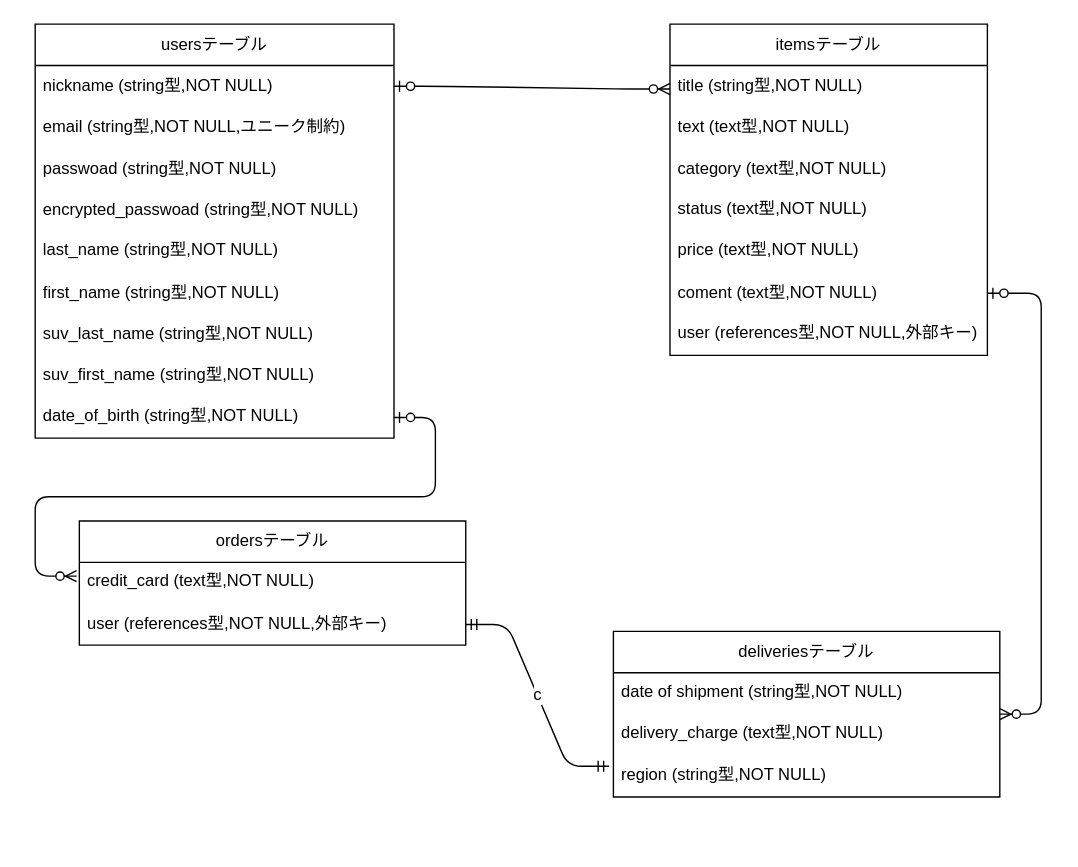
Above: furima.dio in koharayuki/furima-39296 (draw.io), before the change. Source tidied: cells renumbered, new cells numbered last; positions are measured from the earlier drawing's top-left corner, leaving out a move shared by most shapes. Both pictures are drawn from the tidied source at 138%, with x=0, y=0 at pixel (34, 23).
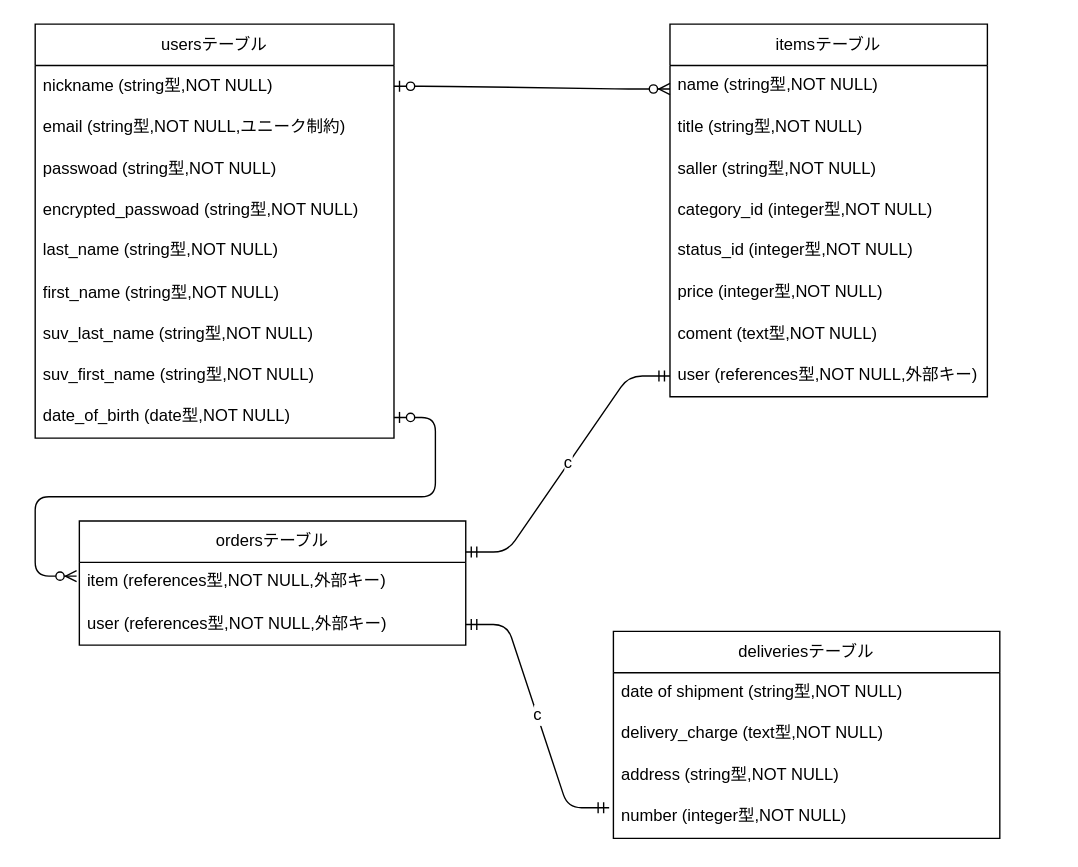
Above is the later version.

Commit message (it also covers changes not shown here):
コメントの修正

Unchanged cells that the change refers to:
```xml
<mxCell id="2" value="usersテーブル" style="swimlane;fontStyle=0;horizontal=1;startSize=30;whiteSpace=wrap;html=1;" parent="1" vertex="1">
  <mxGeometry width="260" height="300" as="geometry" />
</mxCell>
<mxCell id="20" value="ordersテーブル" style="swimlane;fontStyle=0;horizontal=1;startSize=30;whiteSpace=wrap;html=1;" parent="1" vertex="1">
  <mxGeometry x="32" y="360" width="280" height="90" as="geometry" />
</mxCell>
```

The edit, as a diff of the source:
```diff
@@
-    <mxCell id="11" value="date_of_birth (string型,NOT NULL)" style="text;strokeColor=none;fillColor=none;spacingLeft=4;spacingRight=4;overflow=hidden;points=[[0,0.5],[1,0.5]];portConstraint=eastwest;fontSize=12;" parent="2" vertex="1">
+    <mxCell id="11" value="date_of_birth (date型,NOT NULL)" style="text;strokeColor=none;fillColor=none;spacingLeft=4;spacingRight=4;overflow=hidden;points=[[0,0.5],[1,0.5]];portConstraint=eastwest;fontSize=12;" parent="2" vertex="1">
       <mxGeometry y="270" width="260" height="30" as="geometry" />
     </mxCell>
     <mxCell id="12" value="itemsテーブル" style="swimlane;fontStyle=0;horizontal=1;startSize=30;whiteSpace=wrap;html=1;" parent="1" vertex="1">
-      <mxGeometry x="460" width="230" height="240" as="geometry" />
+      <mxGeometry x="460" width="230" height="270" as="geometry" />
     </mxCell>
+    <mxCell id="31" value="name (string型,NOT NULL)" style="text;strokeColor=none;fillColor=none;spacingLeft=4;spacingRight=4;overflow=hidden;fontSize=12;" parent="12" vertex="1">
+      <mxGeometry y="30" width="230" height="30" as="geometry" />
+    </mxCell>
     <mxCell id="13" value="title (string型,NOT NULL)" style="text;strokeColor=none;fillColor=none;align=left;verticalAlign=middle;spacingLeft=4;spacingRight=4;overflow=hidden;whiteSpace=wrap;html=1;" parent="12" vertex="1">
-      <mxGeometry y="30" width="230" height="30" as="geometry" />
+      <mxGeometry y="60" width="230" height="30" as="geometry" />
     </mxCell>
-    <mxCell id="14" value="text (text型,NOT NULL)" style="text;strokeColor=none;fillColor=none;align=left;verticalAlign=middle;spacingLeft=4;spacingRight=4;overflow=hidden;whiteSpace=wrap;html=1;" parent="12" vertex="1">
-      <mxGeometry y="60" width="230" height="30" as="geometry" />
+    <mxCell id="14" value="saller (string型,NOT NULL)" style="text;strokeColor=none;fillColor=none;align=left;verticalAlign=middle;spacingLeft=4;spacingRight=4;overflow=hidden;whiteSpace=wrap;html=1;" parent="12" vertex="1">
+      <mxGeometry y="90" width="230" height="30" as="geometry" />
     </mxCell>
-    <mxCell id="15" value="&lt;span style=&quot;&quot;&gt;category&lt;/span&gt;&amp;nbsp;(text型,NOT NULL)" style="text;strokeColor=none;fillColor=none;align=left;verticalAlign=middle;spacingLeft=4;spacingRight=4;overflow=hidden;whiteSpace=wrap;html=1;" parent="12" vertex="1">
-      <mxGeometry y="90" width="230" height="30" as="geometry" />
+    <mxCell id="15" value="&lt;span style=&quot;&quot;&gt;category_id&lt;/span&gt;&amp;nbsp;(integer型,NOT NULL)" style="text;strokeColor=none;fillColor=none;align=left;verticalAlign=middle;spacingLeft=4;spacingRight=4;overflow=hidden;whiteSpace=wrap;html=1;" parent="12" vertex="1">
+      <mxGeometry y="120" width="230" height="30" as="geometry" />
     </mxCell>
-    <mxCell id="16" value="status (text型,NOT NULL)" style="text;strokeColor=none;fillColor=none;spacingLeft=4;spacingRight=4;overflow=hidden;fontSize=12;" parent="12" vertex="1">
-      <mxGeometry y="120" width="230" height="30" as="geometry" />
+    <mxCell id="16" value="status_id (integer型,NOT NULL)" style="text;strokeColor=none;fillColor=none;spacingLeft=4;spacingRight=4;overflow=hidden;fontSize=12;" parent="12" vertex="1">
+      <mxGeometry y="150" width="230" height="30" as="geometry" />
     </mxCell>
-    <mxCell id="17" value="price (text型,NOT NULL)" style="text;strokeColor=none;fillColor=none;spacingLeft=4;spacingRight=4;overflow=hidden;fontSize=12;" parent="12" vertex="1">
-      <mxGeometry y="150" width="230" height="30" as="geometry" />
+    <mxCell id="17" value="price (integer型,NOT NULL)" style="text;strokeColor=none;fillColor=none;spacingLeft=4;spacingRight=4;overflow=hidden;fontSize=12;" parent="12" vertex="1">
+      <mxGeometry y="180" width="230" height="30" as="geometry" />
     </mxCell>
     <mxCell id="18" value="coment (text型,NOT NULL)" style="text;strokeColor=none;fillColor=none;align=left;verticalAlign=middle;spacingLeft=4;spacingRight=4;overflow=hidden;points=[[0,0.5],[1,0.5]];portConstraint=eastwest;whiteSpace=wrap;html=1;" parent="12" vertex="1">
-      <mxGeometry y="180" width="230" height="30" as="geometry" />
+      <mxGeometry y="210" width="230" height="30" as="geometry" />
     </mxCell>
     <mxCell id="19" value="user (references型,NOT NULL,外部キー)" style="text;strokeColor=none;fillColor=none;spacingLeft=4;spacingRight=4;overflow=hidden;points=[[0,0.5],[1,0.5]];portConstraint=eastwest;fontSize=12;" parent="12" vertex="1">
-      <mxGeometry y="210" width="230" height="30" as="geometry" />
+      <mxGeometry y="240" width="230" height="30" as="geometry" />
     </mxCell>
@@
-    <mxCell id="21" value="credit_card (text型,NOT NULL)" style="text;strokeColor=none;fillColor=none;spacingLeft=4;spacingRight=4;overflow=hidden;fontSize=12;" parent="20" vertex="1">
+    <mxCell id="21" value="item (references型,NOT NULL,外部キー)" style="text;strokeColor=none;fillColor=none;spacingLeft=4;spacingRight=4;overflow=hidden;fontSize=12;" parent="20" vertex="1">
       <mxGeometry y="30" width="280" height="30" as="geometry" />
     </mxCell>
@@
     <mxCell id="24" value="deliveriesテーブル" style="swimlane;fontStyle=0;horizontal=1;startSize=30;whiteSpace=wrap;html=1;" parent="1" vertex="1">
-      <mxGeometry x="419" y="440" width="280" height="120" as="geometry" />
+      <mxGeometry x="419" y="440" width="280" height="150" as="geometry" />
     </mxCell>
@@
+    <mxCell id="32" value="address (string型,NOT NULL)" style="text;strokeColor=none;fillColor=none;spacingLeft=4;spacingRight=4;overflow=hidden;fontSize=12;" parent="24" vertex="1">
+      <mxGeometry y="90" width="280" height="30" as="geometry" />
+    </mxCell>
-    <mxCell id="27" value="region (string型,NOT NULL)" style="text;strokeColor=none;fillColor=none;spacingLeft=4;spacingRight=4;overflow=hidden;points=[[0,0.5],[1,0.5]];portConstraint=eastwest;fontSize=12;" parent="24" vertex="1">
-      <mxGeometry y="90" width="280" height="30" as="geometry" />
+    <mxCell id="27" value="number (integer型,NOT NULL)" style="text;strokeColor=none;fillColor=none;spacingLeft=4;spacingRight=4;overflow=hidden;points=[[0,0.5],[1,0.5]];portConstraint=eastwest;fontSize=12;" parent="24" vertex="1">
+      <mxGeometry y="120" width="280" height="30" as="geometry" />
     </mxCell>
-    <mxCell id="28" style="edgeStyle=entityRelationEdgeStyle;fontSize=12;html=1;endArrow=ERzeroToMany;startArrow=ERzeroToOne;strokeColor=default;exitX=1;exitY=0.5;exitDx=0;exitDy=0;" parent="1" edge="1" source="18" target="24">
-      <mxGeometry relative="1" as="geometry" />
-    </mxCell>
@@
+    <mxCell id="33" value="c" style="edgeStyle=entityRelationEdgeStyle;fontSize=12;html=1;endArrow=ERmandOne;startArrow=ERmandOne;exitX=0;exitY=0.5;exitDx=0;exitDy=0;entryX=1;entryY=0.25;entryDx=0;entryDy=0;" parent="1" edge="1" source="19" target="20">
+      <mxGeometry relative="1" as="geometry" />
+    </mxCell>
```
